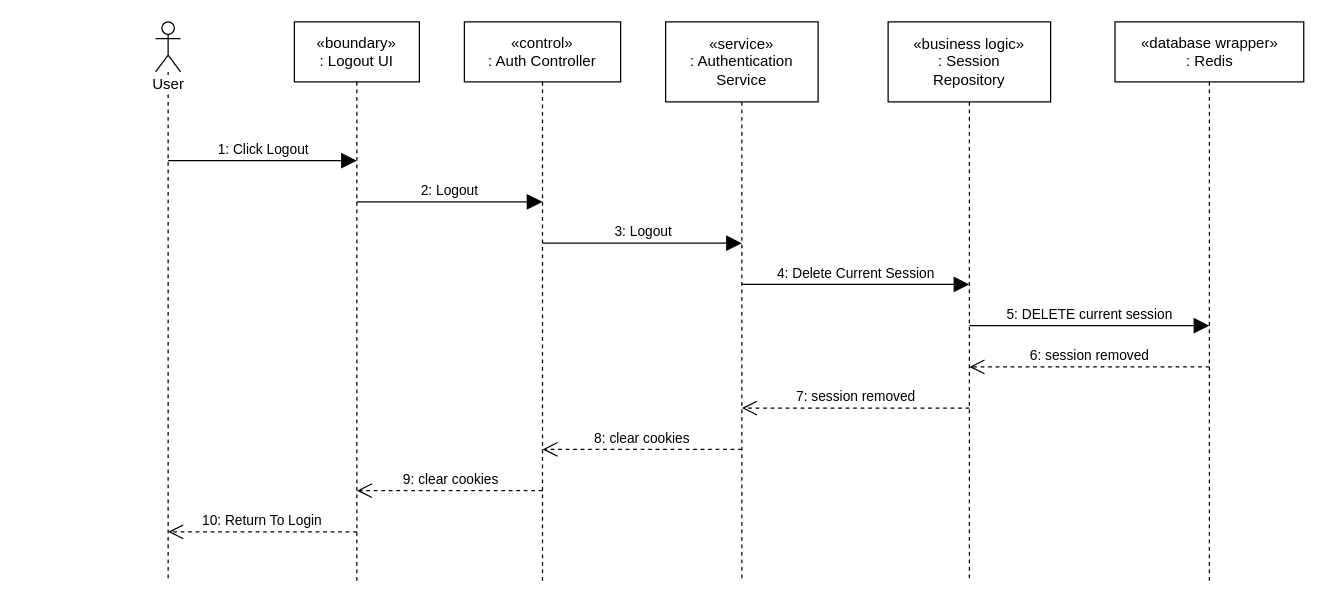
This is page "Logout" (3 of 10) of docs/sequence-diagrams.drawio from hygef-v4/AI-Powered-Learning-Platform, a draw.io file, before an edit. Source tidied: cells renumbered, new cells numbered last; positions are measured from the earlier drawing's top-left corner, leaving out a move shared by most shapes. Both pictures are drawn from the tidied source at 125%, with x=0, y=0 at pixel (155, 21).
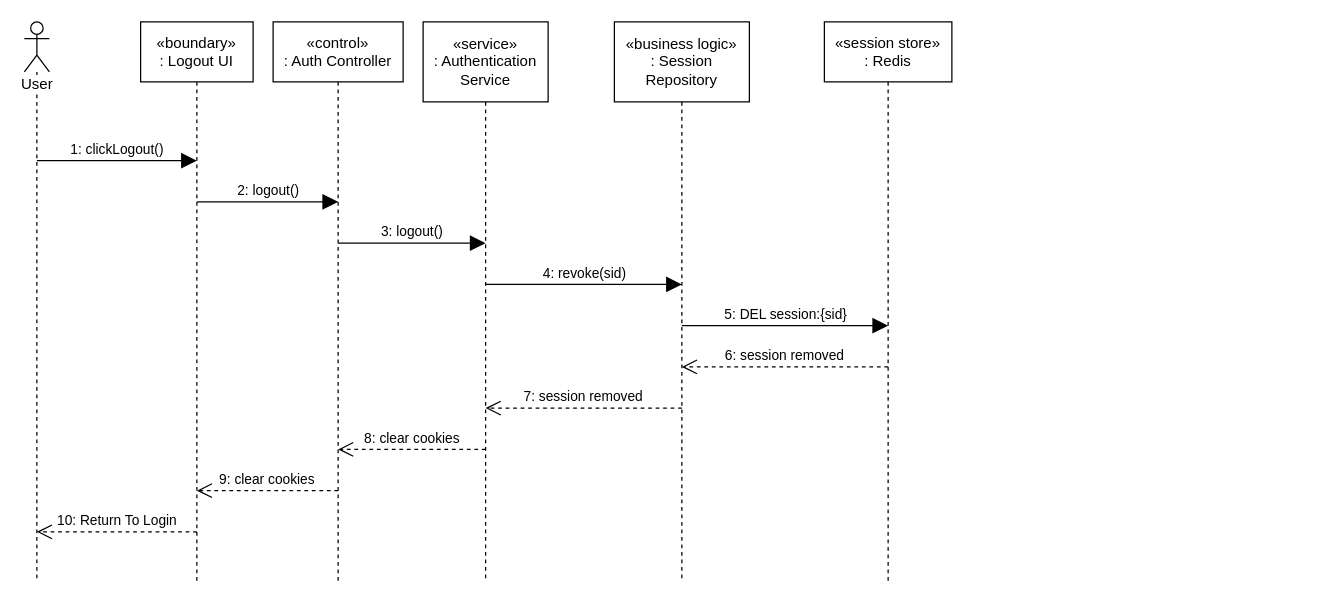
The same page after the edit.

Change to the diagram source:
```diff
@@
 <mxGraphModel>
   <root>
     <mxCell id="0" />
     <mxCell id="1" parent="0" />
     <mxCell id="2" value="User" style="shape=umlLifeline;participant=umlActor;perimeter=lifelinePerimeter;whiteSpace=nowrap;html=1;verticalAlign=top;spacingTop=36;outlineConnect=0;portConstraint=eastwest;labelBackgroundColor=#ffffff;size=40;fontColor=#000000;strokeColor=#000000;" parent="1" vertex="1">
-      <mxGeometry width="20" height="448" as="geometry" />
+      <mxGeometry x="-105" width="20" height="448" as="geometry" />
     </mxCell>
     <mxCell id="3" value="«boundary»&lt;br&gt;: Logout UI" style="shape=umlLifeline;perimeter=lifelinePerimeter;whiteSpace=wrap;html=1;outlineConnect=0;portConstraint=eastwest;size=48;fontColor=#000000;strokeColor=#000000;" parent="1" vertex="1">
-      <mxGeometry x="111" width="100" height="448" as="geometry" />
+      <mxGeometry x="-12" width="90" height="448" as="geometry" />
     </mxCell>
     <mxCell id="4" value="«control»&lt;br&gt;: Auth Controller" style="shape=umlLifeline;perimeter=lifelinePerimeter;whiteSpace=wrap;html=1;outlineConnect=0;portConstraint=eastwest;size=48;fontColor=#000000;strokeColor=#000000;" parent="1" vertex="1">
-      <mxGeometry x="247" width="125" height="448" as="geometry" />
+      <mxGeometry x="94" width="104" height="448" as="geometry" />
     </mxCell>
     <mxCell id="5" value="«service»&lt;br&gt;: Authentication&lt;br&gt;Service" style="shape=umlLifeline;perimeter=lifelinePerimeter;whiteSpace=wrap;html=1;outlineConnect=0;portConstraint=eastwest;size=64;fontColor=#000000;strokeColor=#000000;" parent="1" vertex="1">
-      <mxGeometry x="408" width="122" height="448" as="geometry" />
+      <mxGeometry x="214" width="100" height="448" as="geometry" />
     </mxCell>
     <mxCell id="6" value="«business logic»&lt;br&gt;: Session&lt;br&gt;Repository" style="shape=umlLifeline;perimeter=lifelinePerimeter;whiteSpace=wrap;html=1;outlineConnect=0;portConstraint=eastwest;size=64;fontColor=#000000;strokeColor=#000000;" parent="1" vertex="1">
-      <mxGeometry x="586" width="130" height="448" as="geometry" />
+      <mxGeometry x="367" width="108" height="448" as="geometry" />
     </mxCell>
-    <mxCell id="7" value="«database wrapper»&lt;br&gt;: Redis" style="shape=umlLifeline;perimeter=lifelinePerimeter;whiteSpace=wrap;html=1;outlineConnect=0;portConstraint=eastwest;size=48;fontColor=#000000;strokeColor=#000000;" parent="1" vertex="1">
-      <mxGeometry x="767.5" width="151" height="448" as="geometry" />
+    <mxCell id="7" value="«session store»&lt;br&gt;: Redis" style="shape=umlLifeline;perimeter=lifelinePerimeter;whiteSpace=wrap;html=1;outlineConnect=0;portConstraint=eastwest;size=48;fontColor=#000000;strokeColor=#000000;" parent="1" vertex="1">
+      <mxGeometry x="535" width="102" height="448" as="geometry" />
     </mxCell>
-    <mxCell id="8" value="1: Click Logout" style="html=1;rounded=0;fontSize=11;endSize=10;labelBackgroundColor=none;endArrow=block;endFill=1;verticalAlign=bottom;exitX=0.5;exitY=0.2478;exitDx=0;exitDy=0;exitPerimeter=0;entryX=0.5;entryY=0.2478;entryDx=0;entryDy=0;entryPerimeter=0;fontColor=#000000;strokeColor=#000000;" parent="1" edge="1" source="2" target="3">
+    <mxCell id="8" value="1: clickLogout()" style="html=1;rounded=0;fontSize=11;endSize=10;labelBackgroundColor=#FFFFFF;endArrow=block;endFill=1;verticalAlign=bottom;exitX=0.5;exitY=0.2478;exitDx=0;exitDy=0;exitPerimeter=0;entryX=0.5;entryY=0.2478;entryDx=0;entryDy=0;entryPerimeter=0;fontColor=#000000;strokeColor=#000000;" parent="1" edge="1" source="2" target="3">
       <mxGeometry relative="1" as="geometry" />
     </mxCell>
-    <mxCell id="9" value="2: Logout" style="html=1;rounded=0;fontSize=11;endSize=10;labelBackgroundColor=none;endArrow=block;endFill=1;verticalAlign=bottom;exitX=0.5;exitY=0.3214;exitDx=0;exitDy=0;exitPerimeter=0;entryX=0.5;entryY=0.3214;entryDx=0;entryDy=0;entryPerimeter=0;fontColor=#000000;strokeColor=#000000;" parent="1" edge="1" source="3" target="4">
+    <mxCell id="9" value="2: logout()" style="html=1;rounded=0;fontSize=11;endSize=10;labelBackgroundColor=#FFFFFF;endArrow=block;endFill=1;verticalAlign=bottom;exitX=0.5;exitY=0.3214;exitDx=0;exitDy=0;exitPerimeter=0;entryX=0.5;entryY=0.3214;entryDx=0;entryDy=0;entryPerimeter=0;fontColor=#000000;strokeColor=#000000;" parent="1" edge="1" source="3" target="4">
       <mxGeometry relative="1" as="geometry" />
     </mxCell>
-    <mxCell id="10" value="3: Logout" style="html=1;rounded=0;fontSize=11;endSize=10;labelBackgroundColor=none;endArrow=block;endFill=1;verticalAlign=bottom;exitX=0.5;exitY=0.3951;exitDx=0;exitDy=0;exitPerimeter=0;entryX=0.5;entryY=0.3951;entryDx=0;entryDy=0;entryPerimeter=0;fontColor=#000000;strokeColor=#000000;" parent="1" edge="1" source="4" target="5">
+    <mxCell id="10" value="3: logout()" style="html=1;rounded=0;fontSize=11;endSize=10;labelBackgroundColor=#FFFFFF;endArrow=block;endFill=1;verticalAlign=bottom;exitX=0.5;exitY=0.3951;exitDx=0;exitDy=0;exitPerimeter=0;entryX=0.5;entryY=0.3951;entryDx=0;entryDy=0;entryPerimeter=0;fontColor=#000000;strokeColor=#000000;" parent="1" edge="1" source="4" target="5">
       <mxGeometry relative="1" as="geometry" />
     </mxCell>
-    <mxCell id="11" value="4: Delete Current Session" style="html=1;rounded=0;fontSize=11;endSize=10;labelBackgroundColor=none;endArrow=block;endFill=1;verticalAlign=bottom;exitX=0.5;exitY=0.4688;exitDx=0;exitDy=0;exitPerimeter=0;entryX=0.5;entryY=0.4688;entryDx=0;entryDy=0;entryPerimeter=0;fontColor=#000000;strokeColor=#000000;" parent="1" edge="1" source="5" target="6">
+    <mxCell id="11" value="4: revoke(sid)" style="html=1;rounded=0;fontSize=11;endSize=10;labelBackgroundColor=#FFFFFF;endArrow=block;endFill=1;verticalAlign=bottom;exitX=0.5;exitY=0.4688;exitDx=0;exitDy=0;exitPerimeter=0;entryX=0.5;entryY=0.4688;entryDx=0;entryDy=0;entryPerimeter=0;fontColor=#000000;strokeColor=#000000;" parent="1" edge="1" source="5" target="6">
       <mxGeometry relative="1" as="geometry" />
     </mxCell>
-    <mxCell id="12" value="5: DELETE current session" style="html=1;rounded=0;fontSize=11;endSize=10;labelBackgroundColor=none;endArrow=block;endFill=1;verticalAlign=bottom;exitX=0.5;exitY=0.5424;exitDx=0;exitDy=0;exitPerimeter=0;entryX=0.5;entryY=0.5424;entryDx=0;entryDy=0;entryPerimeter=0;fontColor=#000000;strokeColor=#000000;" parent="1" edge="1" source="6" target="7">
+    <mxCell id="12" value="5: DEL session:{sid}" style="html=1;rounded=0;fontSize=11;endSize=10;labelBackgroundColor=#FFFFFF;endArrow=block;endFill=1;verticalAlign=bottom;exitX=0.5;exitY=0.5424;exitDx=0;exitDy=0;exitPerimeter=0;entryX=0.5;entryY=0.5424;entryDx=0;entryDy=0;entryPerimeter=0;fontColor=#000000;strokeColor=#000000;" parent="1" edge="1" source="6" target="7">
       <mxGeometry relative="1" as="geometry" />
     </mxCell>
-    <mxCell id="13" value="6: session removed" style="html=1;rounded=0;fontSize=11;endSize=10;labelBackgroundColor=none;endArrow=open;endFill=0;dashed=1;verticalAlign=bottom;exitX=0.5;exitY=0.6161;exitDx=0;exitDy=0;exitPerimeter=0;entryX=0.5;entryY=0.6161;entryDx=0;entryDy=0;entryPerimeter=0;fontColor=#000000;strokeColor=#000000;" parent="1" edge="1" source="7" target="6">
+    <mxCell id="13" value="6: session removed" style="html=1;rounded=0;fontSize=11;endSize=10;labelBackgroundColor=#FFFFFF;endArrow=open;endFill=0;dashed=1;verticalAlign=bottom;exitX=0.5;exitY=0.6161;exitDx=0;exitDy=0;exitPerimeter=0;entryX=0.5;entryY=0.6161;entryDx=0;entryDy=0;entryPerimeter=0;fontColor=#000000;strokeColor=#000000;" parent="1" edge="1" source="7" target="6">
       <mxGeometry relative="1" as="geometry" />
     </mxCell>
-    <mxCell id="14" value="7: session removed" style="html=1;rounded=0;fontSize=11;endSize=10;labelBackgroundColor=none;endArrow=open;endFill=0;dashed=1;verticalAlign=bottom;exitX=0.5;exitY=0.6897;exitDx=0;exitDy=0;exitPerimeter=0;entryX=0.5;entryY=0.6897;entryDx=0;entryDy=0;entryPerimeter=0;fontColor=#000000;strokeColor=#000000;" parent="1" edge="1" source="6" target="5">
+    <mxCell id="14" value="7: session removed" style="html=1;rounded=0;fontSize=11;endSize=10;labelBackgroundColor=#FFFFFF;endArrow=open;endFill=0;dashed=1;verticalAlign=bottom;exitX=0.5;exitY=0.6897;exitDx=0;exitDy=0;exitPerimeter=0;entryX=0.5;entryY=0.6897;entryDx=0;entryDy=0;entryPerimeter=0;fontColor=#000000;strokeColor=#000000;" parent="1" edge="1" source="6" target="5">
       <mxGeometry relative="1" as="geometry" />
     </mxCell>
-    <mxCell id="15" value="8: clear cookies" style="html=1;rounded=0;fontSize=11;endSize=10;labelBackgroundColor=none;endArrow=open;endFill=0;dashed=1;verticalAlign=bottom;exitX=0.5;exitY=0.7634;exitDx=0;exitDy=0;exitPerimeter=0;entryX=0.5;entryY=0.7634;entryDx=0;entryDy=0;entryPerimeter=0;fontColor=#000000;strokeColor=#000000;" parent="1" edge="1" source="5" target="4">
+    <mxCell id="15" value="8: clear cookies" style="html=1;rounded=0;fontSize=11;endSize=10;labelBackgroundColor=#FFFFFF;endArrow=open;endFill=0;dashed=1;verticalAlign=bottom;exitX=0.5;exitY=0.7634;exitDx=0;exitDy=0;exitPerimeter=0;entryX=0.5;entryY=0.7634;entryDx=0;entryDy=0;entryPerimeter=0;fontColor=#000000;strokeColor=#000000;" parent="1" edge="1" source="5" target="4">
       <mxGeometry relative="1" as="geometry" />
     </mxCell>
-    <mxCell id="16" value="9: clear cookies" style="html=1;rounded=0;fontSize=11;endSize=10;labelBackgroundColor=none;endArrow=open;endFill=0;dashed=1;verticalAlign=bottom;exitX=0.5;exitY=0.8371;exitDx=0;exitDy=0;exitPerimeter=0;entryX=0.5;entryY=0.8371;entryDx=0;entryDy=0;entryPerimeter=0;fontColor=#000000;strokeColor=#000000;" parent="1" edge="1" source="4" target="3">
+    <mxCell id="16" value="9: clear cookies" style="html=1;rounded=0;fontSize=11;endSize=10;labelBackgroundColor=#FFFFFF;endArrow=open;endFill=0;dashed=1;verticalAlign=bottom;exitX=0.5;exitY=0.8371;exitDx=0;exitDy=0;exitPerimeter=0;entryX=0.5;entryY=0.8371;entryDx=0;entryDy=0;entryPerimeter=0;fontColor=#000000;strokeColor=#000000;" parent="1" edge="1" source="4" target="3">
       <mxGeometry relative="1" as="geometry" />
     </mxCell>
-    <mxCell id="17" value="10: Return To Login" style="html=1;rounded=0;fontSize=11;endSize=10;labelBackgroundColor=none;endArrow=open;endFill=0;dashed=1;verticalAlign=bottom;exitX=0.5;exitY=0.9107;exitDx=0;exitDy=0;exitPerimeter=0;entryX=0.5;entryY=0.9107;entryDx=0;entryDy=0;entryPerimeter=0;fontColor=#000000;strokeColor=#000000;" parent="1" edge="1" source="3" target="2">
+    <mxCell id="17" value="10: Return To Login" style="html=1;rounded=0;fontSize=11;endSize=10;labelBackgroundColor=#FFFFFF;endArrow=open;endFill=0;dashed=1;verticalAlign=bottom;exitX=0.5;exitY=0.9107;exitDx=0;exitDy=0;exitPerimeter=0;entryX=0.5;entryY=0.9107;entryDx=0;entryDy=0;entryPerimeter=0;fontColor=#000000;strokeColor=#000000;" parent="1" edge="1" source="3" target="2">
       <mxGeometry relative="1" as="geometry" />
     </mxCell>
   </root>
 </mxGraphModel>
```
